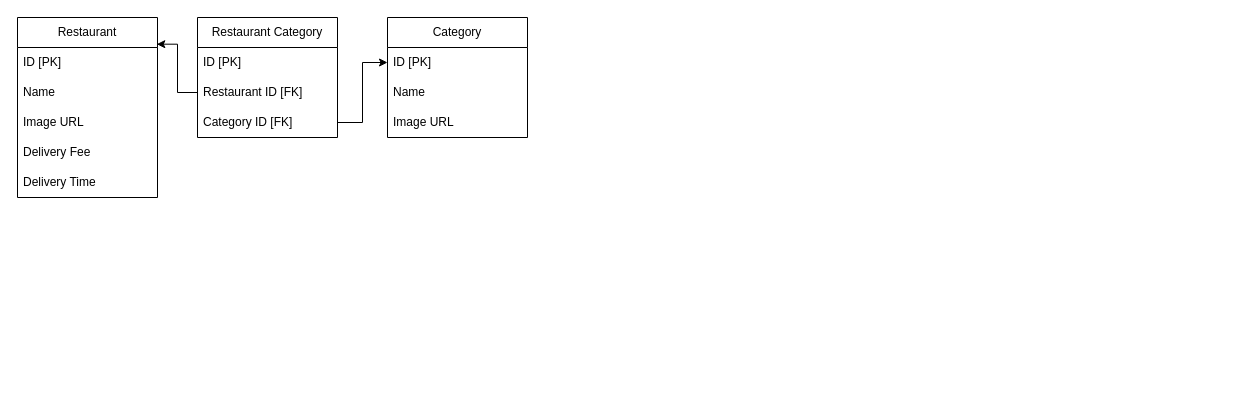
Above: app/Diagrama sem nome.drawio in Dagostini01/fsw-foods (draw.io), before the change. Source tidied: cells renumbered, new cells numbered last; positions are measured from the earlier drawing's top-left corner, leaving out a move shared by most shapes. Both pictures are drawn from the tidied source at 100%, with x=0, y=0 at pixel (17, 17).
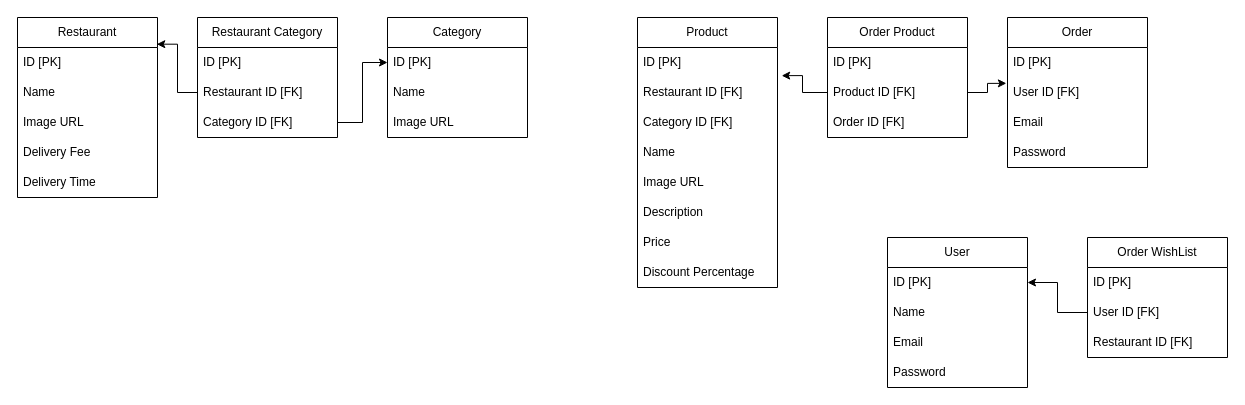
The same diagram, later.

What changed in the source:
```diff
@@
+    <mxCell id="18" value="Product" style="swimlane;fontStyle=0;horizontal=1;startSize=30;whiteSpace=wrap;html=1;" parent="1" vertex="1">
+      <mxGeometry x="620" width="140" height="270" as="geometry" />
+    </mxCell>
+    <mxCell id="19" value="ID [PK]" style="text;strokeColor=none;fillColor=none;align=left;verticalAlign=middle;spacingLeft=4;spacingRight=4;overflow=hidden;whiteSpace=wrap;html=1;" parent="18" vertex="1">
+      <mxGeometry y="30" width="140" height="30" as="geometry" />
+    </mxCell>
+    <mxCell id="20" value="Restaurant ID [FK]" style="text;strokeColor=none;fillColor=none;align=left;verticalAlign=middle;spacingLeft=4;spacingRight=4;overflow=hidden;points=[[0,0.5],[1,0.5]];portConstraint=eastwest;whiteSpace=wrap;html=1;" parent="18" vertex="1">
+      <mxGeometry y="60" width="140" height="30" as="geometry" />
+    </mxCell>
+    <mxCell id="21" value="Category ID [FK]" style="text;strokeColor=none;fillColor=none;align=left;verticalAlign=middle;spacingLeft=4;spacingRight=4;overflow=hidden;whiteSpace=wrap;html=1;" parent="18" vertex="1">
+      <mxGeometry y="90" width="140" height="30" as="geometry" />
+    </mxCell>
+    <mxCell id="22" value="Name" style="text;strokeColor=none;fillColor=none;align=left;verticalAlign=middle;spacingLeft=4;spacingRight=4;overflow=hidden;whiteSpace=wrap;html=1;" parent="18" vertex="1">
+      <mxGeometry y="120" width="140" height="30" as="geometry" />
+    </mxCell>
+    <mxCell id="23" value="Image URL" style="text;strokeColor=none;fillColor=none;align=left;verticalAlign=middle;spacingLeft=4;spacingRight=4;overflow=hidden;whiteSpace=wrap;html=1;" parent="18" vertex="1">
+      <mxGeometry y="150" width="140" height="30" as="geometry" />
+    </mxCell>
+    <mxCell id="24" value="Description" style="text;strokeColor=none;fillColor=none;align=left;verticalAlign=middle;spacingLeft=4;spacingRight=4;overflow=hidden;whiteSpace=wrap;html=1;" parent="18" vertex="1">
+      <mxGeometry y="180" width="140" height="30" as="geometry" />
+    </mxCell>
+    <mxCell id="25" value="Price" style="text;strokeColor=none;fillColor=none;align=left;verticalAlign=middle;spacingLeft=4;spacingRight=4;overflow=hidden;whiteSpace=wrap;html=1;" parent="18" vertex="1">
+      <mxGeometry y="210" width="140" height="30" as="geometry" />
+    </mxCell>
+    <mxCell id="26" value="Discount Percentage" style="text;strokeColor=none;fillColor=none;align=left;verticalAlign=middle;spacingLeft=4;spacingRight=4;overflow=hidden;whiteSpace=wrap;html=1;" parent="18" vertex="1">
+      <mxGeometry y="240" width="140" height="30" as="geometry" />
+    </mxCell>
+    <mxCell id="27" value="Order" style="swimlane;fontStyle=0;horizontal=1;startSize=30;whiteSpace=wrap;html=1;" parent="1" vertex="1">
+      <mxGeometry x="990" width="140" height="150" as="geometry" />
+    </mxCell>
+    <mxCell id="28" value="ID [PK]" style="text;strokeColor=none;fillColor=none;align=left;verticalAlign=middle;spacingLeft=4;spacingRight=4;overflow=hidden;whiteSpace=wrap;html=1;" parent="27" vertex="1">
+      <mxGeometry y="30" width="140" height="30" as="geometry" />
+    </mxCell>
+    <mxCell id="29" value="User ID [FK]" style="text;strokeColor=none;fillColor=none;align=left;verticalAlign=middle;spacingLeft=4;spacingRight=4;overflow=hidden;points=[[0,0.5],[1,0.5]];portConstraint=eastwest;whiteSpace=wrap;html=1;" parent="27" vertex="1">
+      <mxGeometry y="60" width="140" height="30" as="geometry" />
+    </mxCell>
+    <mxCell id="30" value="Email" style="text;strokeColor=none;fillColor=none;align=left;verticalAlign=middle;spacingLeft=4;spacingRight=4;overflow=hidden;whiteSpace=wrap;html=1;" parent="27" vertex="1">
+      <mxGeometry y="90" width="140" height="30" as="geometry" />
+    </mxCell>
+    <mxCell id="31" value="Password" style="text;strokeColor=none;fillColor=none;align=left;verticalAlign=middle;spacingLeft=4;spacingRight=4;overflow=hidden;whiteSpace=wrap;html=1;" parent="27" vertex="1">
+      <mxGeometry y="120" width="140" height="30" as="geometry" />
+    </mxCell>
+    <mxCell id="32" value="Order Product" style="swimlane;fontStyle=0;horizontal=1;startSize=30;whiteSpace=wrap;html=1;" parent="1" vertex="1">
+      <mxGeometry x="810" width="140" height="120" as="geometry" />
+    </mxCell>
+    <mxCell id="33" value="ID [PK]" style="text;strokeColor=none;fillColor=none;align=left;verticalAlign=middle;spacingLeft=4;spacingRight=4;overflow=hidden;whiteSpace=wrap;html=1;" parent="32" vertex="1">
+      <mxGeometry y="30" width="140" height="30" as="geometry" />
+    </mxCell>
+    <mxCell id="34" value="Product ID [FK]" style="text;strokeColor=none;fillColor=none;align=left;verticalAlign=middle;spacingLeft=4;spacingRight=4;overflow=hidden;points=[[0,0.5],[1,0.5]];portConstraint=eastwest;whiteSpace=wrap;html=1;" parent="32" vertex="1">
+      <mxGeometry y="60" width="140" height="30" as="geometry" />
+    </mxCell>
+    <mxCell id="35" value="Order ID [FK]" style="text;strokeColor=none;fillColor=none;align=left;verticalAlign=middle;spacingLeft=4;spacingRight=4;overflow=hidden;whiteSpace=wrap;html=1;" parent="32" vertex="1">
+      <mxGeometry y="90" width="140" height="30" as="geometry" />
+    </mxCell>
+    <mxCell id="36" style="edgeStyle=orthogonalEdgeStyle;rounded=0;jettySize=auto;html=1;entryX=-0.008;entryY=0.195;entryDx=0;entryDy=0;entryPerimeter=0;" parent="1" edge="1" source="34" target="29">
+      <mxGeometry relative="1" as="geometry" />
+    </mxCell>
+    <mxCell id="37" style="edgeStyle=orthogonalEdgeStyle;rounded=0;jettySize=auto;html=1;exitX=0;exitY=0.5;exitDx=0;exitDy=0;entryX=1.03;entryY=-0.062;entryDx=0;entryDy=0;entryPerimeter=0;" parent="1" edge="1" source="34" target="20">
+      <mxGeometry relative="1" as="geometry" />
+    </mxCell>
+    <mxCell id="38" value="User" style="swimlane;fontStyle=0;horizontal=1;startSize=30;whiteSpace=wrap;html=1;" parent="1" vertex="1">
+      <mxGeometry x="870" y="220" width="140" height="150" as="geometry" />
+    </mxCell>
+    <mxCell id="39" value="ID [PK]" style="text;strokeColor=none;fillColor=none;align=left;verticalAlign=middle;spacingLeft=4;spacingRight=4;overflow=hidden;points=[[0,0.5],[1,0.5]];portConstraint=eastwest;whiteSpace=wrap;html=1;" parent="38" vertex="1">
+      <mxGeometry y="30" width="140" height="30" as="geometry" />
+    </mxCell>
+    <mxCell id="40" value="Name" style="text;strokeColor=none;fillColor=none;align=left;verticalAlign=middle;spacingLeft=4;spacingRight=4;overflow=hidden;whiteSpace=wrap;html=1;" parent="38" vertex="1">
+      <mxGeometry y="60" width="140" height="30" as="geometry" />
+    </mxCell>
+    <mxCell id="41" value="Email" style="text;strokeColor=none;fillColor=none;align=left;verticalAlign=middle;spacingLeft=4;spacingRight=4;overflow=hidden;whiteSpace=wrap;html=1;" parent="38" vertex="1">
+      <mxGeometry y="90" width="140" height="30" as="geometry" />
+    </mxCell>
+    <mxCell id="42" value="Password" style="text;strokeColor=none;fillColor=none;align=left;verticalAlign=middle;spacingLeft=4;spacingRight=4;overflow=hidden;whiteSpace=wrap;html=1;" parent="38" vertex="1">
+      <mxGeometry y="120" width="140" height="30" as="geometry" />
+    </mxCell>
+    <mxCell id="43" value="Order WishList" style="swimlane;fontStyle=0;horizontal=1;startSize=30;whiteSpace=wrap;html=1;" parent="1" vertex="1">
+      <mxGeometry x="1070" y="220" width="140" height="120" as="geometry" />
+    </mxCell>
+    <mxCell id="44" value="ID [PK]" style="text;strokeColor=none;fillColor=none;align=left;verticalAlign=middle;spacingLeft=4;spacingRight=4;overflow=hidden;whiteSpace=wrap;html=1;" parent="43" vertex="1">
+      <mxGeometry y="30" width="140" height="30" as="geometry" />
+    </mxCell>
+    <mxCell id="45" value="User ID [FK]" style="text;strokeColor=none;fillColor=none;align=left;verticalAlign=middle;spacingLeft=4;spacingRight=4;overflow=hidden;points=[[0,0.5],[1,0.5]];portConstraint=eastwest;whiteSpace=wrap;html=1;" parent="43" vertex="1">
+      <mxGeometry y="60" width="140" height="30" as="geometry" />
+    </mxCell>
+    <mxCell id="46" value="Restaurant ID [FK]" style="text;strokeColor=none;fillColor=none;align=left;verticalAlign=middle;spacingLeft=4;spacingRight=4;overflow=hidden;whiteSpace=wrap;html=1;" parent="43" vertex="1">
+      <mxGeometry y="90" width="140" height="30" as="geometry" />
+    </mxCell>
+    <mxCell id="47" style="edgeStyle=orthogonalEdgeStyle;rounded=0;jettySize=auto;html=1;entryX=1;entryY=0.5;entryDx=0;entryDy=0;" parent="1" edge="1" source="45" target="39">
+      <mxGeometry relative="1" as="geometry" />
+    </mxCell>
```
